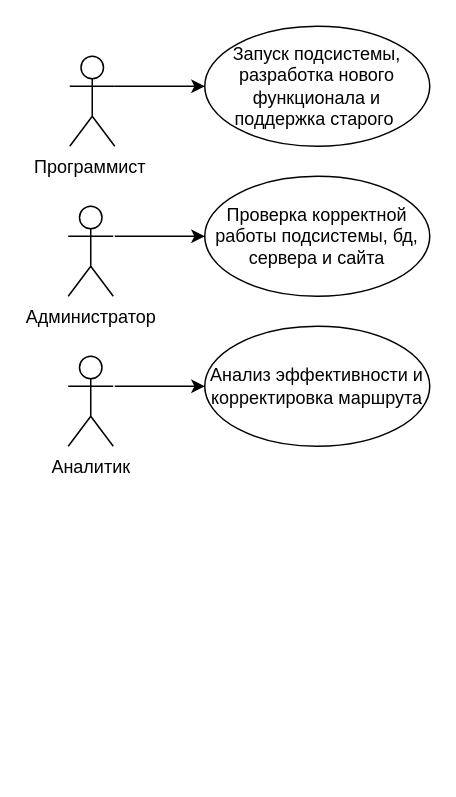
Before: Инструментальные средства проектирования  информационных систем/LabWork4/Pretsedenty.drawio in dima-uryvskiy/Educational-Projects, a draw.io diagram. Source tidied: cells renumbered, new cells numbered last; positions are measured from the earlier drawing's top-left corner, leaving out a move shared by most shapes. Both pictures are drawn from the tidied source at 150%, with x=0, y=0 at pixel (68, 26).
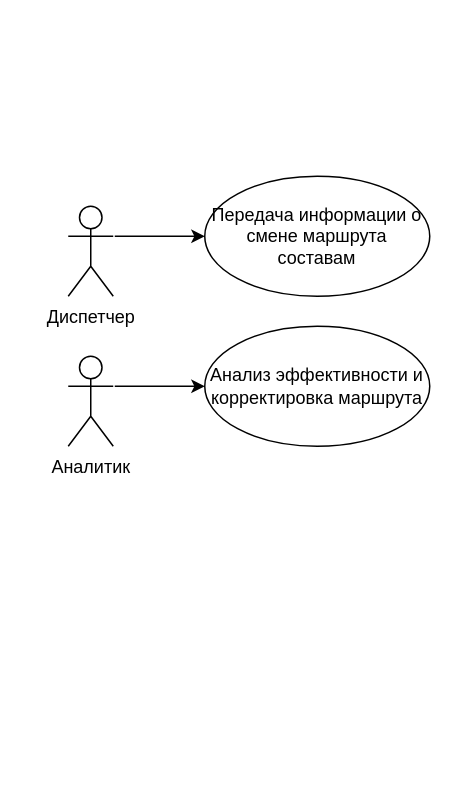
Above is the later version.

The edit, as a diff of the source:
```diff
@@
 <mxGraphModel>
   <root>
     <mxCell id="0" />
     <mxCell id="1" parent="0" />
-    <mxCell id="2" value="Программист&amp;nbsp;" style="shape=umlActor;verticalLabelPosition=bottom;labelBackgroundColor=#ffffff;verticalAlign=top;html=1;outlineConnect=0;" parent="1" vertex="1">
-      <mxGeometry x="1" y="20" width="30" height="60" as="geometry" />
-    </mxCell>
-    <mxCell id="3" value="Администратор" style="shape=umlActor;verticalLabelPosition=bottom;labelBackgroundColor=#ffffff;verticalAlign=top;html=1;" parent="1" vertex="1">
+    <mxCell id="3" value="Диспетчер" style="shape=umlActor;verticalLabelPosition=bottom;labelBackgroundColor=#ffffff;verticalAlign=top;html=1;" parent="1" vertex="1">
       <mxGeometry y="120" width="30" height="60" as="geometry" />
     </mxCell>
-    <mxCell id="4" style="endArrow=classic;html=1;exitX=1;exitY=0.3333333333333333;exitDx=0;exitDy=0;exitPerimeter=0;entryX=0;entryY=0.5;entryDx=0;entryDy=0;" parent="1" edge="1" source="2" target="5">
-      <mxGeometry relative="1" as="geometry" />
-    </mxCell>
-    <mxCell id="5" value="Запуск подсистемы, разработка нового функционала и поддержка старого&amp;nbsp;" style="ellipse;whiteSpace=wrap;html=1;" parent="1" vertex="1">
-      <mxGeometry x="91" width="150" height="80" as="geometry" />
-    </mxCell>
     <mxCell id="6" style="endArrow=classic;html=1;" parent="1" edge="1">
       <mxGeometry relative="1" as="geometry">
         <mxPoint x="31" y="140" as="sourcePoint" />
         <mxPoint x="91" y="140" as="targetPoint" />
       </mxGeometry>
     </mxCell>
-    <mxCell id="7" value="Проверка корректной работы подсистемы, бд, сервера и сайта" style="ellipse;whiteSpace=wrap;html=1;" parent="1" vertex="1">
+    <mxCell id="7" value="Передача информации о смене маршрута составам" style="ellipse;whiteSpace=wrap;html=1;" parent="1" vertex="1">
       <mxGeometry x="91" y="100" width="150" height="80" as="geometry" />
     </mxCell>
     <mxCell id="8" style="text;html=1;align=center;verticalAlign=middle;" parent="1" vertex="1">
       <mxGeometry x="61" y="476" width="20" height="20" as="geometry" />
     </mxCell>
     <mxCell id="9" value="Аналитик" style="shape=umlActor;verticalLabelPosition=bottom;labelBackgroundColor=#ffffff;verticalAlign=top;html=1;" parent="1" vertex="1">
       <mxGeometry y="220" width="30" height="60" as="geometry" />
     </mxCell>
     <mxCell id="10" style="endArrow=classic;html=1;" parent="1" edge="1">
       <mxGeometry relative="1" as="geometry">
         <mxPoint x="31" y="240" as="sourcePoint" />
         <mxPoint x="91" y="240" as="targetPoint" />
       </mxGeometry>
     </mxCell>
     <mxCell id="11" value="Анализ эффективности и корректировка маршрута" style="ellipse;whiteSpace=wrap;html=1;" parent="1" vertex="1">
       <mxGeometry x="91" y="200" width="150" height="80" as="geometry" />
     </mxCell>
   </root>
 </mxGraphModel>
```
